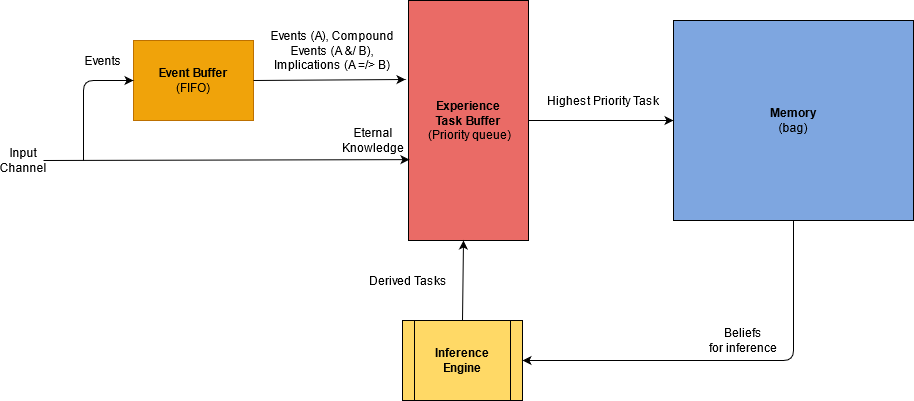
Before: Documentation/Diagram.png, a diagram exported from draw.io (ccrock4t/NARS-Python). Source tidied: cells renumbered, new cells last; positions are measured from the earlier drawing's top-left corner, leaving out a move shared by most shapes.
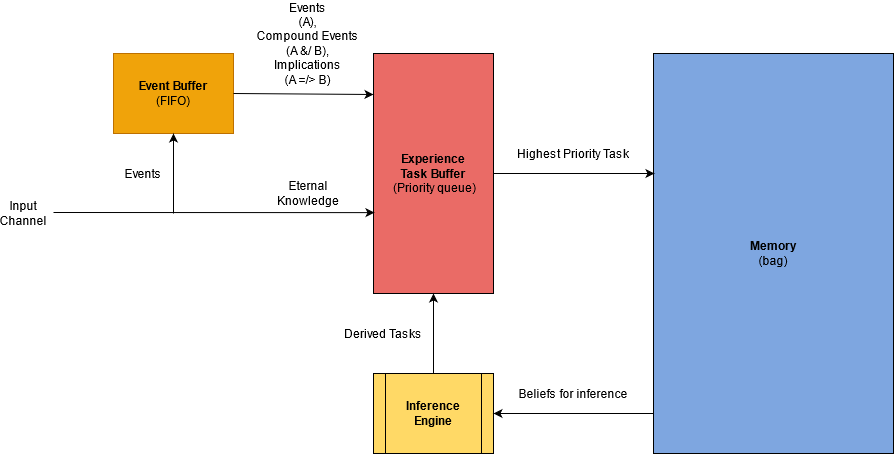
After the change.

The edit, as a diff of the source:
```diff
@@ -3,68 +3,63 @@
     <mxCell id="0" />
     <mxCell id="1" parent="0" />
     <mxCell id="2" value="&lt;div&gt;&lt;b&gt;Memory&lt;/b&gt;&lt;br&gt;&lt;/div&gt;&lt;div&gt;(bag)&lt;/div&gt;" style="rounded=0;whiteSpace=wrap;html=1;fillColor=#7EA6E0;" parent="1" vertex="1">
-      <mxGeometry x="670" y="20" width="240" height="200" as="geometry" />
+      <mxGeometry x="700" width="240" height="400" as="geometry" />
     </mxCell>
     <mxCell id="3" value="&lt;div&gt;&lt;b&gt;Experience&lt;br&gt;&lt;/b&gt;&lt;/div&gt;&lt;div&gt;&lt;b&gt;Task Buffer&lt;/b&gt;&lt;/div&gt;&amp;nbsp;(Priority queue)" style="rounded=0;whiteSpace=wrap;html=1;fillColor=#EA6B66;" parent="1" vertex="1">
-      <mxGeometry x="405" width="120" height="240" as="geometry" />
+      <mxGeometry x="420" width="120" height="240" as="geometry" />
     </mxCell>
     <mxCell id="4" value="&lt;div&gt;&lt;b&gt;Inference&lt;/b&gt;&lt;/div&gt;&lt;div&gt;&lt;b&gt;Engine&lt;br&gt;&lt;/b&gt;&lt;/div&gt;" style="shape=process;whiteSpace=wrap;html=1;backgroundOutline=1;fillColor=#FFD966;" parent="1" vertex="1">
-      <mxGeometry x="399" y="320" width="120" height="80" as="geometry" />
+      <mxGeometry x="420" y="320" width="120" height="80" as="geometry" />
     </mxCell>
-    <mxCell id="5" style="endArrow=classic;html=1;fillColor=#ffffff;exitX=1;exitY=0.5;exitDx=0;exitDy=0;entryX=0.008;entryY=0.663;entryDx=0;entryDy=0;entryPerimeter=0;" parent="1" edge="1" source="6" target="3">
-      <mxGeometry relative="1" as="geometry" />
+    <mxCell id="5" style="endArrow=classic;html=1;fillColor=#ffffff;entryX=0.008;entryY=0.663;entryDx=0;entryDy=0;entryPerimeter=0;" parent="1" edge="1" target="3">
+      <mxGeometry relative="1" as="geometry">
+        <mxPoint x="100" y="159" as="sourcePoint" />
+      </mxGeometry>
     </mxCell>
     <mxCell id="6" value="&lt;div&gt;Input&lt;/div&gt;&lt;div&gt;Channel&lt;br&gt;&lt;/div&gt;" style="text;html=1;strokeColor=none;fillColor=none;align=center;verticalAlign=middle;whiteSpace=wrap;rounded=0;" parent="1" vertex="1">
-      <mxGeometry y="150" width="40" height="20" as="geometry" />
+      <mxGeometry x="50" y="150" width="40" height="20" as="geometry" />
     </mxCell>
     <mxCell id="7" value="&lt;div&gt;&lt;b&gt;Event Buffer &lt;br&gt;&lt;/b&gt;&lt;/div&gt;&lt;div&gt;(FIFO)&lt;/div&gt;" style="rounded=0;whiteSpace=wrap;html=1;fillColor=#f0a30a;strokeColor=#BD7000;fontColor=#000000;" parent="1" vertex="1">
-      <mxGeometry x="130" y="40" width="120" height="80" as="geometry" />
+      <mxGeometry x="160" width="120" height="80" as="geometry" />
     </mxCell>
-    <mxCell id="8" style="endArrow=classic;html=1;entryX=0;entryY=0.5;entryDx=0;entryDy=0;" parent="1" edge="1" target="7">
+    <mxCell id="8" style="endArrow=classic;html=1;entryX=0.5;entryY=1;entryDx=0;entryDy=0;" parent="1" edge="1" target="7">
       <mxGeometry relative="1" as="geometry">
-        <mxPoint x="80" y="160" as="sourcePoint" />
-        <Array as="points">
-          <mxPoint x="80" y="80" />
-        </Array>
+        <mxPoint x="220" y="160" as="sourcePoint" />
       </mxGeometry>
     </mxCell>
     <mxCell id="9" style="endArrow=classic;html=1;exitX=1;exitY=0.5;exitDx=0;exitDy=0;" parent="1" edge="1" source="7">
       <mxGeometry relative="1" as="geometry">
-        <mxPoint x="402" y="79" as="targetPoint" />
+        <mxPoint x="420" y="41" as="targetPoint" />
       </mxGeometry>
     </mxCell>
     <mxCell id="10" value="Events" style="text;html=1;strokeColor=none;fillColor=none;align=center;verticalAlign=middle;whiteSpace=wrap;rounded=0;" parent="1" vertex="1">
-      <mxGeometry x="80" y="50" width="40" height="20" as="geometry" />
+      <mxGeometry x="170" y="110" width="40" height="20" as="geometry" />
     </mxCell>
     <mxCell id="11" value="Eternal Knowledge" style="text;html=1;strokeColor=none;fillColor=none;align=center;verticalAlign=middle;whiteSpace=wrap;rounded=0;" parent="1" vertex="1">
-      <mxGeometry x="350" y="120" width="40" height="40" as="geometry" />
+      <mxGeometry x="334.5" y="120" width="40" height="40" as="geometry" />
     </mxCell>
-    <mxCell id="12" style="endArrow=classic;html=1;exitX=1;exitY=0.5;exitDx=0;exitDy=0;entryX=0;entryY=0.5;entryDx=0;entryDy=0;" parent="1" edge="1" source="3" target="2">
+    <mxCell id="12" style="endArrow=classic;html=1;exitX=1;exitY=0.5;exitDx=0;exitDy=0;entryX=0.004;entryY=0.3;entryDx=0;entryDy=0;entryPerimeter=0;" parent="1" edge="1" source="3" target="2">
       <mxGeometry relative="1" as="geometry" />
     </mxCell>
-    <mxCell id="13" value="Events (A), Compound Events (A &amp;amp;/ B), Implications (A =/&amp;gt; B)" style="text;html=1;strokeColor=none;fillColor=none;align=center;verticalAlign=middle;whiteSpace=wrap;rounded=0;" parent="1" vertex="1">
-      <mxGeometry x="259" y="40" width="140" height="20" as="geometry" />
+    <mxCell id="13" value="Events&lt;br&gt;(A),&lt;br&gt;Compound Events&lt;br&gt;(A &amp;amp;/ B),&lt;br&gt;Implications&lt;br&gt;(A =/&amp;gt; B)" style="text;html=1;strokeColor=none;fillColor=none;align=center;verticalAlign=middle;whiteSpace=wrap;rounded=0;" parent="1" vertex="1">
+      <mxGeometry x="289" y="-50" width="131" height="80" as="geometry" />
     </mxCell>
     <mxCell id="14" value="&lt;div&gt;Highest Priority Task&lt;/div&gt;" style="text;html=1;strokeColor=none;fillColor=none;align=center;verticalAlign=middle;whiteSpace=wrap;rounded=0;" parent="1" vertex="1">
-      <mxGeometry x="530" y="90" width="140" height="20" as="geometry" />
+      <mxGeometry x="550" y="90" width="140" height="20" as="geometry" />
     </mxCell>
-    <mxCell id="15" style="endArrow=classic;html=1;exitX=0.5;exitY=1;exitDx=0;exitDy=0;entryX=1;entryY=0.5;entryDx=0;entryDy=0;" parent="1" edge="1" source="2" target="4">
+    <mxCell id="15" style="endArrow=classic;html=1;entryX=1;entryY=0.5;entryDx=0;entryDy=0;" parent="1" edge="1" target="4">
       <mxGeometry relative="1" as="geometry">
-        <Array as="points">
-          <mxPoint x="790" y="360" />
-        </Array>
+        <mxPoint x="700" y="360" as="sourcePoint" />
       </mxGeometry>
     </mxCell>
-    <mxCell id="16" value="&lt;div&gt;Beliefs&lt;/div&gt;&lt;div&gt;for inference&lt;/div&gt;" style="text;html=1;strokeColor=none;fillColor=none;align=center;verticalAlign=middle;whiteSpace=wrap;rounded=0;" parent="1" vertex="1">
-      <mxGeometry x="670" y="330" width="140" height="20" as="geometry" />
+    <mxCell id="16" value="&lt;div&gt;Beliefs for inference&lt;/div&gt;" style="text;html=1;strokeColor=none;fillColor=none;align=center;verticalAlign=middle;whiteSpace=wrap;rounded=0;" parent="1" vertex="1">
+      <mxGeometry x="480" y="330" width="280" height="20" as="geometry" />
     </mxCell>
-    <mxCell id="17" style="endArrow=classic;html=1;exitX=0.5;exitY=0;exitDx=0;exitDy=0;" parent="1" edge="1" source="4">
-      <mxGeometry relative="1" as="geometry">
-        <mxPoint x="460" y="240" as="targetPoint" />
-      </mxGeometry>
+    <mxCell id="17" style="endArrow=classic;html=1;exitX=0.5;exitY=0;exitDx=0;exitDy=0;entryX=0.5;entryY=1;entryDx=0;entryDy=0;" parent="1" edge="1" source="4" target="3">
+      <mxGeometry relative="1" as="geometry" />
     </mxCell>
     <mxCell id="18" value="Derived Tasks" style="text;html=1;strokeColor=none;fillColor=none;align=center;verticalAlign=middle;whiteSpace=wrap;rounded=0;" parent="1" vertex="1">
-      <mxGeometry x="335" y="270" width="140" height="20" as="geometry" />
+      <mxGeometry x="360" y="270" width="140" height="20" as="geometry" />
     </mxCell>
   </root>
 </mxGraphModel>
```
